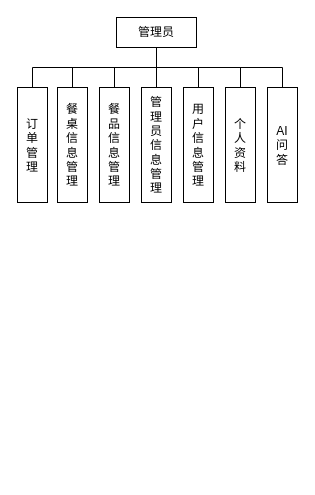
Before: page "管理员功能结构图" (8 of 18) of main.drawio in bzerozero7/test, a draw.io diagram. Source tidied: cells renumbered, new cells numbered last; positions are measured from the earlier drawing's top-left corner, leaving out a move shared by most shapes. Both pictures are drawn from the tidied source at 100%, with x=0, y=0 at pixel (17, 17).
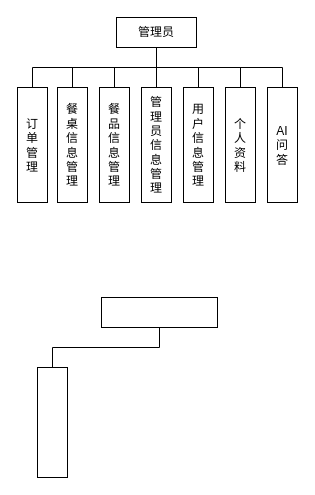
The same diagram, later.

Diff of the diagram source:
```diff
@@
+    <mxCell id="18" style="rounded=0;whiteSpace=wrap;html=1;" parent="1" vertex="1">
+      <mxGeometry x="20" y="350" width="30" height="110" as="geometry" />
+    </mxCell>
+    <mxCell id="19" style="edgeStyle=orthogonalEdgeStyle;rounded=0;jettySize=auto;html=1;exitX=0.5;exitY=1;exitDx=0;exitDy=0;entryX=0.5;entryY=0;entryDx=0;entryDy=0;endArrow=none;startFill=0;" parent="1" edge="1" source="20" target="18">
+      <mxGeometry relative="1" as="geometry" />
+    </mxCell>
+    <mxCell id="20" style="rounded=0;whiteSpace=wrap;html=1;" parent="1" vertex="1">
+      <mxGeometry x="84" y="280" width="116" height="30" as="geometry" />
+    </mxCell>
```
